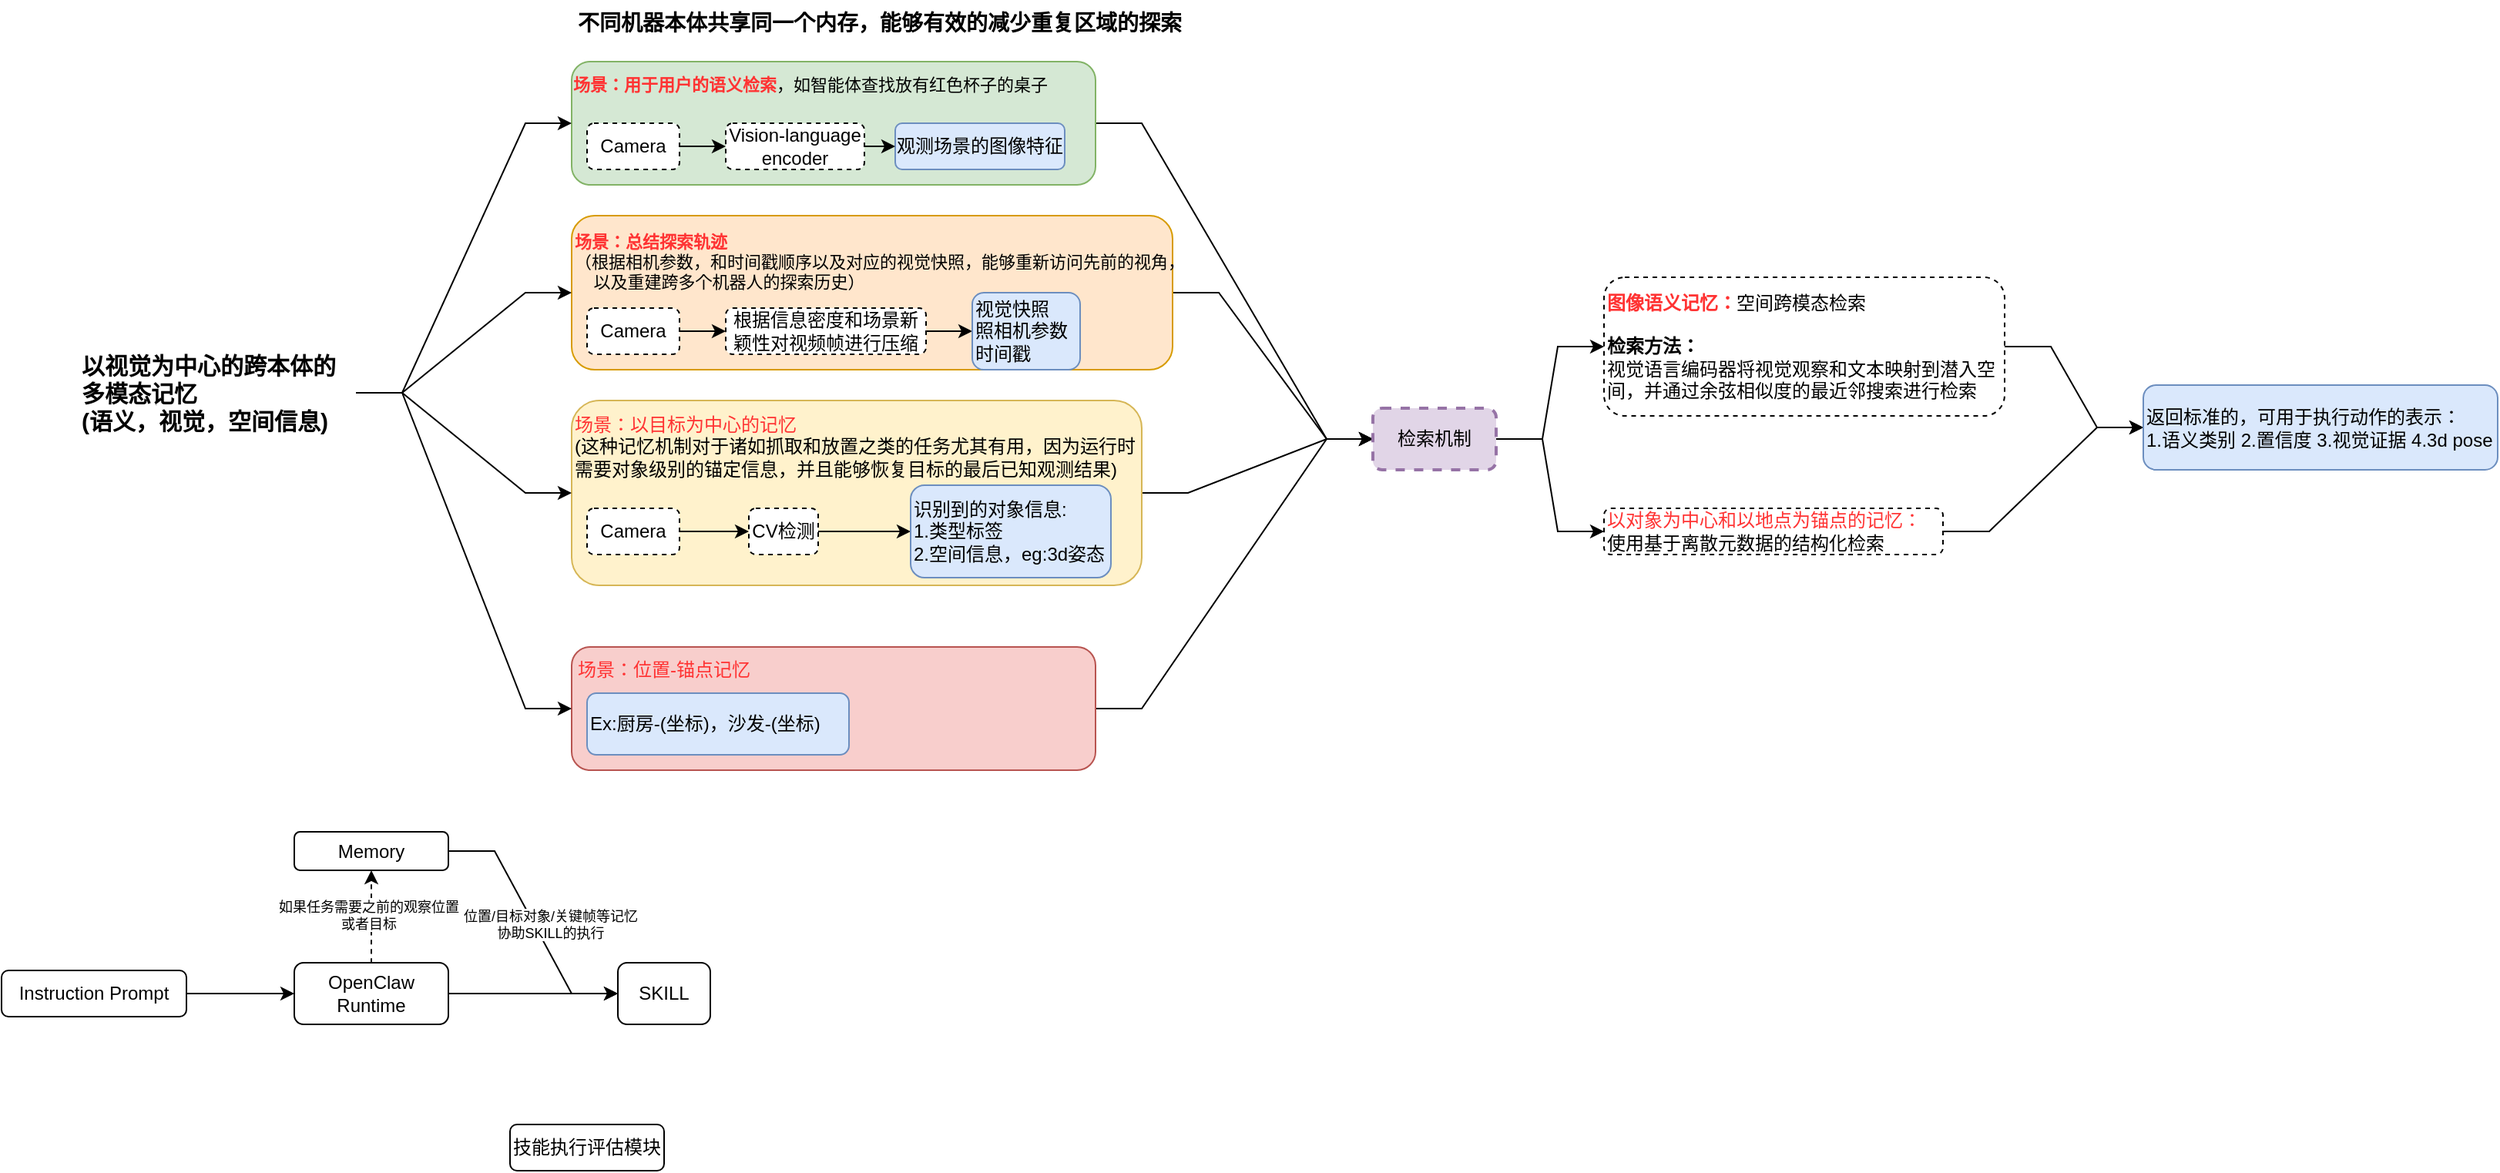
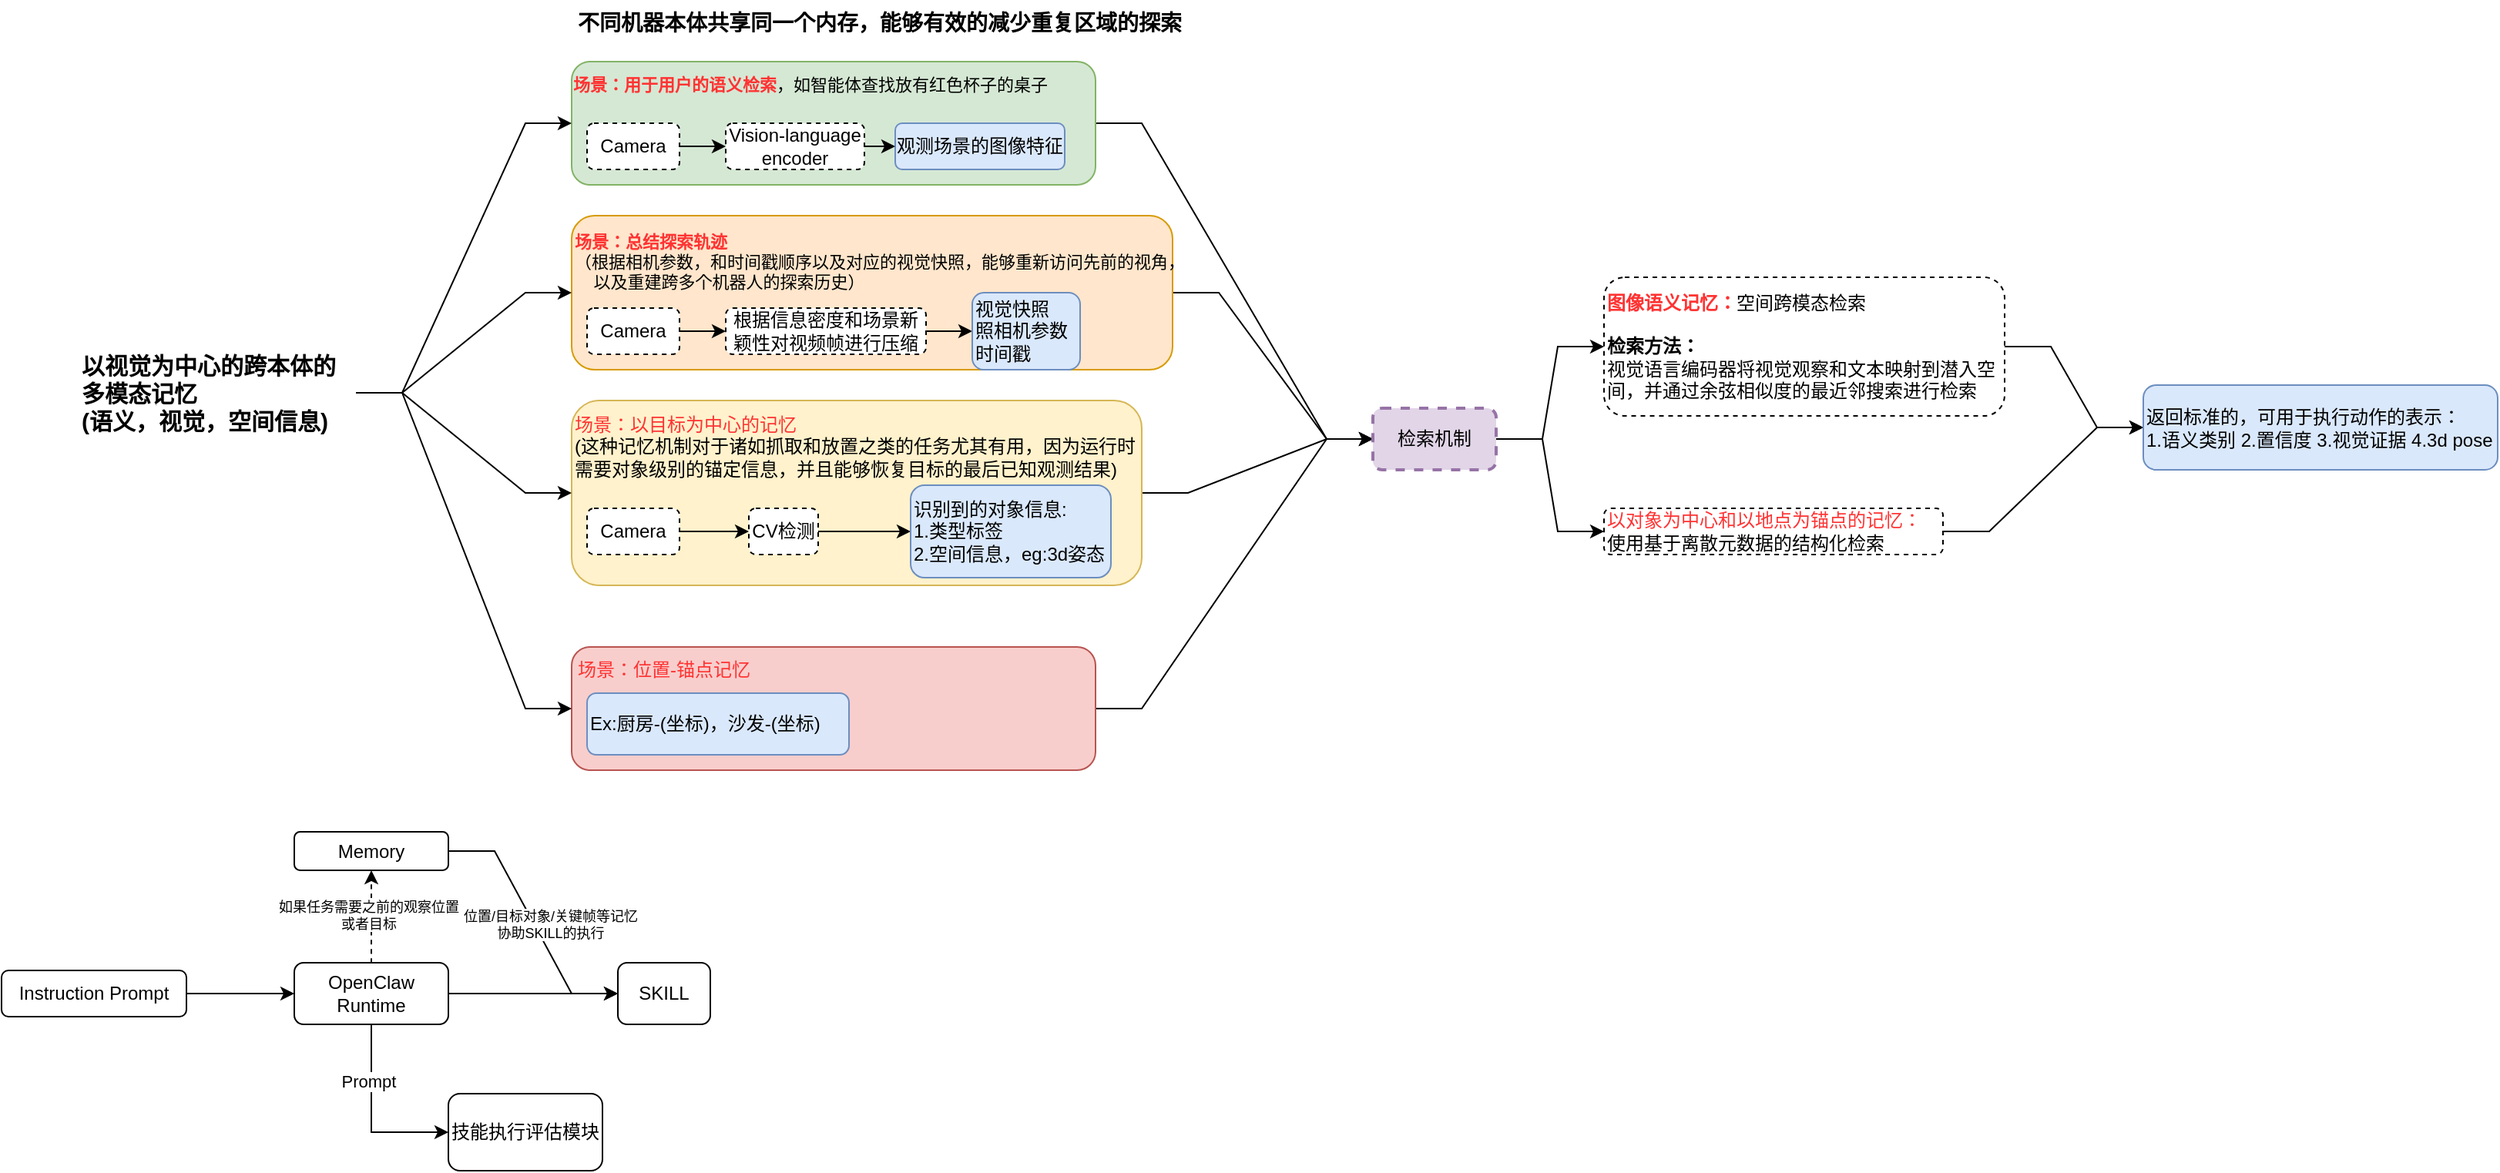
<mxfile host="app.diagrams.net">
  <diagram name="ABot-Claw" id="ri1UiOSOw__C7K71Jf-3">
    <mxGraphModel dx="725" dy="393" grid="1" gridSize="10" guides="1" tooltips="1" connect="1" arrows="1" fold="1" page="1" pageScale="1" pageWidth="3300" pageHeight="2339" math="0" shadow="0">
      <root>
        <mxCell id="0" />
        <mxCell id="1" parent="0" />
        <mxCell id="8uAygAgR7DF40HWwl34I-37" edge="1" parent="1" source="8uAygAgR7DF40HWwl34I-28" style="edgeStyle=entityRelationEdgeStyle;rounded=0;orthogonalLoop=1;jettySize=auto;html=1;exitX=1;exitY=0.5;exitDx=0;exitDy=0;" target="8uAygAgR7DF40HWwl34I-33">
          <mxGeometry relative="1" as="geometry" />
        </mxCell>
        <mxCell id="8uAygAgR7DF40HWwl34I-28" parent="1" style="rounded=1;whiteSpace=wrap;html=1;fillColor=#f8cecc;strokeColor=#b85450;" value="" vertex="1">
          <mxGeometry height="80" width="340" x="480" y="470" as="geometry" />
        </mxCell>
        <mxCell id="8uAygAgR7DF40HWwl34I-36" edge="1" parent="1" source="8uAygAgR7DF40HWwl34I-24" style="edgeStyle=entityRelationEdgeStyle;rounded=0;orthogonalLoop=1;jettySize=auto;html=1;exitX=1;exitY=0.5;exitDx=0;exitDy=0;entryX=0;entryY=0.5;entryDx=0;entryDy=0;" target="8uAygAgR7DF40HWwl34I-33">
          <mxGeometry relative="1" as="geometry">
            <mxPoint x="1020" y="320" as="targetPoint" />
          </mxGeometry>
        </mxCell>
        <mxCell id="8uAygAgR7DF40HWwl34I-24" parent="1" style="rounded=1;whiteSpace=wrap;html=1;fillColor=#fff2cc;strokeColor=#d6b656;" value="" vertex="1">
          <mxGeometry height="120" width="370" x="480" y="310" as="geometry" />
        </mxCell>
        <mxCell id="8uAygAgR7DF40HWwl34I-35" edge="1" parent="1" source="8uAygAgR7DF40HWwl34I-17" style="edgeStyle=entityRelationEdgeStyle;rounded=0;orthogonalLoop=1;jettySize=auto;html=1;exitX=1;exitY=0.5;exitDx=0;exitDy=0;entryX=0;entryY=0.5;entryDx=0;entryDy=0;" target="8uAygAgR7DF40HWwl34I-33">
          <mxGeometry relative="1" as="geometry" />
        </mxCell>
        <mxCell id="8uAygAgR7DF40HWwl34I-17" parent="1" style="rounded=1;whiteSpace=wrap;html=1;fillColor=#ffe6cc;strokeColor=#d79b00;" value="" vertex="1">
          <mxGeometry height="100" width="390" x="480" y="190" as="geometry" />
        </mxCell>
        <mxCell id="8uAygAgR7DF40HWwl34I-34" edge="1" parent="1" source="8uAygAgR7DF40HWwl34I-16" style="edgeStyle=entityRelationEdgeStyle;rounded=0;orthogonalLoop=1;jettySize=auto;html=1;exitX=1;exitY=0.5;exitDx=0;exitDy=0;entryX=0;entryY=0.5;entryDx=0;entryDy=0;" target="8uAygAgR7DF40HWwl34I-33">
          <mxGeometry relative="1" as="geometry" />
        </mxCell>
        <mxCell id="8uAygAgR7DF40HWwl34I-16" parent="1" style="rounded=1;whiteSpace=wrap;html=1;fillColor=#d5e8d4;strokeColor=#82b366;" value="" vertex="1">
          <mxGeometry height="80" width="340" x="480" y="90" as="geometry" />
        </mxCell>
        <mxCell id="8uAygAgR7DF40HWwl34I-29" edge="1" parent="1" source="8uAygAgR7DF40HWwl34I-1" style="edgeStyle=entityRelationEdgeStyle;rounded=0;orthogonalLoop=1;jettySize=auto;html=1;exitX=1;exitY=0.5;exitDx=0;exitDy=0;entryX=0;entryY=0.5;entryDx=0;entryDy=0;" target="8uAygAgR7DF40HWwl34I-16">
          <mxGeometry relative="1" as="geometry" />
        </mxCell>
        <mxCell id="8uAygAgR7DF40HWwl34I-30" edge="1" parent="1" source="8uAygAgR7DF40HWwl34I-1" style="edgeStyle=entityRelationEdgeStyle;rounded=0;orthogonalLoop=1;jettySize=auto;html=1;exitX=1;exitY=0.5;exitDx=0;exitDy=0;entryX=0;entryY=0.5;entryDx=0;entryDy=0;" target="8uAygAgR7DF40HWwl34I-28">
          <mxGeometry relative="1" as="geometry" />
        </mxCell>
        <mxCell id="8uAygAgR7DF40HWwl34I-31" edge="1" parent="1" source="8uAygAgR7DF40HWwl34I-1" style="edgeStyle=entityRelationEdgeStyle;rounded=0;orthogonalLoop=1;jettySize=auto;html=1;exitX=1;exitY=0.5;exitDx=0;exitDy=0;entryX=0;entryY=0.5;entryDx=0;entryDy=0;" target="8uAygAgR7DF40HWwl34I-17">
          <mxGeometry relative="1" as="geometry" />
        </mxCell>
        <mxCell id="8uAygAgR7DF40HWwl34I-32" edge="1" parent="1" source="8uAygAgR7DF40HWwl34I-1" style="edgeStyle=entityRelationEdgeStyle;rounded=0;orthogonalLoop=1;jettySize=auto;html=1;exitX=1;exitY=0.5;exitDx=0;exitDy=0;entryX=0;entryY=0.5;entryDx=0;entryDy=0;" target="8uAygAgR7DF40HWwl34I-24">
          <mxGeometry relative="1" as="geometry" />
        </mxCell>
        <mxCell id="8uAygAgR7DF40HWwl34I-1" parent="1" style="text;html=1;whiteSpace=wrap;strokeColor=none;fillColor=none;align=left;verticalAlign=middle;rounded=0;fontStyle=1;fontSize=15;" value="以视觉为中心的跨本体的多模态记忆&lt;br&gt;(语义，视觉，空间信息)" vertex="1">
          <mxGeometry height="30" width="180" x="160" y="290" as="geometry" />
        </mxCell>
        <mxCell id="8uAygAgR7DF40HWwl34I-2" parent="1" style="rounded=1;whiteSpace=wrap;html=1;fillColor=#dae8fc;strokeColor=#6c8ebf;" value="观测场景的图像特征" vertex="1">
          <mxGeometry height="30" width="110" x="690" y="130" as="geometry" />
        </mxCell>
        <mxCell id="8uAygAgR7DF40HWwl34I-5" edge="1" parent="1" source="8uAygAgR7DF40HWwl34I-3" style="edgeStyle=orthogonalEdgeStyle;rounded=0;orthogonalLoop=1;jettySize=auto;html=1;exitX=1;exitY=0.5;exitDx=0;exitDy=0;entryX=0;entryY=0.5;entryDx=0;entryDy=0;" target="8uAygAgR7DF40HWwl34I-2">
          <mxGeometry relative="1" as="geometry" />
        </mxCell>
        <mxCell id="8uAygAgR7DF40HWwl34I-3" parent="1" style="rounded=1;whiteSpace=wrap;html=1;dashed=1;" value="Vision-language encoder" vertex="1">
          <mxGeometry height="30" width="90" x="580" y="130" as="geometry" />
        </mxCell>
        <mxCell id="8uAygAgR7DF40HWwl34I-6" edge="1" parent="1" source="8uAygAgR7DF40HWwl34I-4" style="edgeStyle=orthogonalEdgeStyle;rounded=0;orthogonalLoop=1;jettySize=auto;html=1;exitX=1;exitY=0.5;exitDx=0;exitDy=0;entryX=0;entryY=0.5;entryDx=0;entryDy=0;" target="8uAygAgR7DF40HWwl34I-3">
          <mxGeometry relative="1" as="geometry" />
        </mxCell>
        <mxCell id="8uAygAgR7DF40HWwl34I-4" parent="1" style="rounded=1;whiteSpace=wrap;html=1;dashed=1;" value="Camera" vertex="1">
          <mxGeometry height="30" width="60" x="490" y="130" as="geometry" />
        </mxCell>
        <mxCell id="8uAygAgR7DF40HWwl34I-7" parent="1" style="text;html=1;whiteSpace=wrap;strokeColor=none;fillColor=none;align=center;verticalAlign=middle;rounded=0;fontSize=11;" value="&lt;b&gt;&lt;font style=&quot;color: rgb(255, 51, 51);&quot;&gt;场景：用于用户的语义检索&lt;/font&gt;&lt;/b&gt;，如智能体查找放有红色杯子的桌子" vertex="1">
          <mxGeometry height="30" width="310" x="480" y="90" as="geometry" />
        </mxCell>
        <mxCell id="8uAygAgR7DF40HWwl34I-10" edge="1" parent="1" source="8uAygAgR7DF40HWwl34I-8" style="edgeStyle=orthogonalEdgeStyle;rounded=0;orthogonalLoop=1;jettySize=auto;html=1;" target="8uAygAgR7DF40HWwl34I-9" value="">
          <mxGeometry relative="1" as="geometry" />
        </mxCell>
        <mxCell id="8uAygAgR7DF40HWwl34I-8" parent="1" style="rounded=1;whiteSpace=wrap;html=1;dashed=1;" value="Camera" vertex="1">
          <mxGeometry height="30" width="60" x="490" y="250" as="geometry" />
        </mxCell>
        <mxCell id="8uAygAgR7DF40HWwl34I-14" edge="1" parent="1" source="8uAygAgR7DF40HWwl34I-9" style="edgeStyle=orthogonalEdgeStyle;rounded=0;orthogonalLoop=1;jettySize=auto;html=1;exitX=1;exitY=0.5;exitDx=0;exitDy=0;entryX=0;entryY=0.5;entryDx=0;entryDy=0;" target="8uAygAgR7DF40HWwl34I-13">
          <mxGeometry relative="1" as="geometry" />
        </mxCell>
        <mxCell id="8uAygAgR7DF40HWwl34I-9" parent="1" style="rounded=1;whiteSpace=wrap;html=1;dashed=1;" value="根据信息密度和场景新颖性对视频帧进行压缩" vertex="1">
          <mxGeometry height="30" width="130" x="580" y="250" as="geometry" />
        </mxCell>
        <mxCell id="8uAygAgR7DF40HWwl34I-11" parent="1" style="text;html=1;whiteSpace=wrap;strokeColor=none;fillColor=none;align=left;verticalAlign=middle;rounded=0;fontSize=11;" value="&lt;b&gt;&lt;font style=&quot;color: rgb(255, 51, 51);&quot;&gt;场景：总结探索轨迹&lt;/font&gt;&lt;/b&gt;&lt;br&gt;（根据相机参数，和时间戳顺序以及对应的视觉快照，能够重新访问先前的视角，&lt;br&gt;&amp;nbsp; &amp;nbsp; 以及重建跨多个机器人的探索历史）" vertex="1">
          <mxGeometry height="40" width="420" x="480" y="200" as="geometry" />
        </mxCell>
        <mxCell id="8uAygAgR7DF40HWwl34I-13" parent="1" style="rounded=1;whiteSpace=wrap;html=1;fillColor=#dae8fc;strokeColor=#6c8ebf;align=left;" value="视觉快照&lt;br&gt;&lt;span style=&quot;&quot;&gt;照相机参数&lt;/span&gt;&lt;div style=&quot;&quot;&gt;时间戳&lt;/div&gt;" vertex="1">
          <mxGeometry height="50" width="70" x="740" y="240" as="geometry" />
        </mxCell>
        <mxCell id="8uAygAgR7DF40HWwl34I-25" edge="1" parent="1" source="8uAygAgR7DF40HWwl34I-19" style="edgeStyle=orthogonalEdgeStyle;rounded=0;orthogonalLoop=1;jettySize=auto;html=1;exitX=1;exitY=0.5;exitDx=0;exitDy=0;entryX=0;entryY=0.5;entryDx=0;entryDy=0;" target="8uAygAgR7DF40HWwl34I-20">
          <mxGeometry relative="1" as="geometry" />
        </mxCell>
        <mxCell id="8uAygAgR7DF40HWwl34I-19" parent="1" style="rounded=1;whiteSpace=wrap;html=1;dashed=1;" value="Camera" vertex="1">
          <mxGeometry height="30" width="60" x="490" y="380" as="geometry" />
        </mxCell>
        <mxCell id="8uAygAgR7DF40HWwl34I-22" edge="1" parent="1" source="8uAygAgR7DF40HWwl34I-20" style="edgeStyle=orthogonalEdgeStyle;rounded=0;orthogonalLoop=1;jettySize=auto;html=1;" target="8uAygAgR7DF40HWwl34I-21" value="">
          <mxGeometry relative="1" as="geometry" />
        </mxCell>
        <mxCell id="8uAygAgR7DF40HWwl34I-20" parent="1" style="rounded=1;whiteSpace=wrap;html=1;dashed=1;" value="CV检测" vertex="1">
          <mxGeometry height="30" width="45" x="595" y="380" as="geometry" />
        </mxCell>
        <mxCell id="8uAygAgR7DF40HWwl34I-21" parent="1" style="rounded=1;whiteSpace=wrap;html=1;align=left;fillColor=#dae8fc;strokeColor=#6c8ebf;" value="识别到的对象信息:&lt;div&gt;1.类型标签&lt;br&gt;2.空间信息，eg:3d姿态&lt;/div&gt;" vertex="1">
          <mxGeometry height="60" width="130" x="700" y="365" as="geometry" />
        </mxCell>
        <mxCell id="8uAygAgR7DF40HWwl34I-23" parent="1" style="text;html=1;whiteSpace=wrap;strokeColor=none;fillColor=none;align=left;verticalAlign=middle;rounded=0;" value="&lt;font style=&quot;color: rgb(255, 51, 51);&quot;&gt;场景：以目标为中心的记忆&lt;/font&gt;&lt;br&gt;(这种记忆机制对于诸如抓取和放置之类的任务尤其有用，因为运行时需要对象级别的锚定信息，并且能够恢复目标的最后已知观测结果)" vertex="1">
          <mxGeometry height="50" width="370" x="480" y="315" as="geometry" />
        </mxCell>
        <mxCell id="8uAygAgR7DF40HWwl34I-26" parent="1" style="rounded=1;whiteSpace=wrap;html=1;align=left;fillColor=#dae8fc;strokeColor=#6c8ebf;" value="Ex:厨房-(坐标)，沙发-(坐标)" vertex="1">
          <mxGeometry height="40" width="170" x="490" y="500" as="geometry" />
        </mxCell>
        <mxCell id="8uAygAgR7DF40HWwl34I-27" parent="1" style="text;html=1;whiteSpace=wrap;strokeColor=none;fillColor=none;align=center;verticalAlign=middle;rounded=0;fontColor=#FF3333;" value="场景：&lt;span style=&quot;text-align: left;&quot;&gt;位置-锚点记忆&lt;/span&gt;" vertex="1">
          <mxGeometry height="30" width="120" x="480" y="470" as="geometry" />
        </mxCell>
        <mxCell id="8uAygAgR7DF40HWwl34I-42" edge="1" parent="1" source="8uAygAgR7DF40HWwl34I-33" style="edgeStyle=entityRelationEdgeStyle;rounded=0;orthogonalLoop=1;jettySize=auto;html=1;exitX=1;exitY=0.5;exitDx=0;exitDy=0;" target="8uAygAgR7DF40HWwl34I-40">
          <mxGeometry relative="1" as="geometry" />
        </mxCell>
        <mxCell id="8uAygAgR7DF40HWwl34I-43" edge="1" parent="1" source="8uAygAgR7DF40HWwl34I-33" style="edgeStyle=entityRelationEdgeStyle;rounded=0;orthogonalLoop=1;jettySize=auto;html=1;exitX=1;exitY=0.5;exitDx=0;exitDy=0;entryX=0;entryY=0.5;entryDx=0;entryDy=0;" target="8uAygAgR7DF40HWwl34I-41">
          <mxGeometry relative="1" as="geometry" />
        </mxCell>
        <mxCell id="8uAygAgR7DF40HWwl34I-33" parent="1" style="rounded=1;whiteSpace=wrap;html=1;fillColor=#e1d5e7;strokeColor=#9673a6;dashed=1;strokeWidth=2;" value="检索机制" vertex="1">
          <mxGeometry height="40" width="80" x="1000" y="315" as="geometry" />
        </mxCell>
        <mxCell id="8uAygAgR7DF40HWwl34I-45" edge="1" parent="1" source="8uAygAgR7DF40HWwl34I-40" style="edgeStyle=entityRelationEdgeStyle;rounded=0;orthogonalLoop=1;jettySize=auto;html=1;exitX=1;exitY=0.5;exitDx=0;exitDy=0;entryX=0;entryY=0.5;entryDx=0;entryDy=0;" target="8uAygAgR7DF40HWwl34I-44">
          <mxGeometry relative="1" as="geometry" />
        </mxCell>
        <mxCell id="8uAygAgR7DF40HWwl34I-40" parent="1" style="text;html=1;whiteSpace=wrap;strokeColor=default;fillColor=none;align=left;verticalAlign=middle;rounded=1;dashed=1;" value="&lt;b&gt;&lt;font style=&quot;color: rgb(255, 51, 51);&quot;&gt;图像语义记忆：&lt;/font&gt;&lt;/b&gt;空间跨模态检索&lt;br&gt;&lt;br&gt;&lt;b&gt;&lt;font style=&quot;color: rgb(0, 0, 0);&quot;&gt;检索方法：&lt;/font&gt;&lt;/b&gt;&lt;br&gt;视觉语言编码器将视觉观察和文本映射到潜入空间，并通过余弦相似度的最近邻搜索进行检索" vertex="1">
          <mxGeometry height="90" width="260" x="1150" y="230" as="geometry" />
        </mxCell>
        <mxCell id="8uAygAgR7DF40HWwl34I-46" edge="1" parent="1" source="8uAygAgR7DF40HWwl34I-41" style="edgeStyle=entityRelationEdgeStyle;rounded=0;orthogonalLoop=1;jettySize=auto;html=1;exitX=1;exitY=0.5;exitDx=0;exitDy=0;entryX=0;entryY=0.5;entryDx=0;entryDy=0;" target="8uAygAgR7DF40HWwl34I-44">
          <mxGeometry relative="1" as="geometry" />
        </mxCell>
        <mxCell id="8uAygAgR7DF40HWwl34I-41" parent="1" style="text;html=1;whiteSpace=wrap;strokeColor=default;fillColor=none;align=left;verticalAlign=middle;rounded=1;dashed=1;" value="&lt;font style=&quot;color: rgb(255, 51, 51);&quot;&gt;以对象为中心和以地点为锚点的记忆：&lt;/font&gt;&lt;br&gt;使用基于离散元数据的结构化检索" vertex="1">
          <mxGeometry height="30" width="220" x="1150" y="380" as="geometry" />
        </mxCell>
        <mxCell id="8uAygAgR7DF40HWwl34I-44" parent="1" style="rounded=1;whiteSpace=wrap;html=1;align=left;fillColor=#dae8fc;strokeColor=#6c8ebf;" value="返回标准的，可用于执行动作的表示：&lt;br&gt;1.语义类别 2.置信度 3.视觉证据 4.3d pose" vertex="1">
          <mxGeometry height="55" width="230" x="1500" y="300" as="geometry" />
        </mxCell>
        <mxCell id="8uAygAgR7DF40HWwl34I-47" parent="1" style="text;html=1;whiteSpace=wrap;strokeColor=none;fillColor=none;align=center;verticalAlign=middle;rounded=0;fontStyle=1;fontSize=14;" value="不同机器本体共享同一个内存，能够有效的减少重复区域的探索" vertex="1">
          <mxGeometry height="30" width="400" x="480" y="50" as="geometry" />
        </mxCell>
        <mxCell id="8uAygAgR7DF40HWwl34I-50" edge="1" parent="1" source="8uAygAgR7DF40HWwl34I-48" style="edgeStyle=entityRelationEdgeStyle;rounded=0;orthogonalLoop=1;jettySize=auto;html=1;" target="8uAygAgR7DF40HWwl34I-49" value="">
          <mxGeometry relative="1" as="geometry" />
        </mxCell>
        <mxCell id="8uAygAgR7DF40HWwl34I-48" parent="1" style="rounded=1;whiteSpace=wrap;html=1;" value="Instruction Prompt" vertex="1">
          <mxGeometry height="30" width="120" x="110" y="680" as="geometry" />
        </mxCell>
        <mxCell id="8uAygAgR7DF40HWwl34I-52" edge="1" parent="1" source="8uAygAgR7DF40HWwl34I-49" style="edgeStyle=entityRelationEdgeStyle;rounded=0;orthogonalLoop=1;jettySize=auto;html=1;" target="8uAygAgR7DF40HWwl34I-51" value="">
          <mxGeometry relative="1" as="geometry" />
        </mxCell>
        <mxCell id="8uAygAgR7DF40HWwl34I-62" edge="1" parent="1" source="8uAygAgR7DF40HWwl34I-49" style="rounded=0;orthogonalLoop=1;jettySize=auto;html=1;exitX=0.5;exitY=0;exitDx=0;exitDy=0;entryX=0.5;entryY=1;entryDx=0;entryDy=0;dashed=1;edgeStyle=orthogonalEdgeStyle;curved=1;" target="8uAygAgR7DF40HWwl34I-53">
          <mxGeometry relative="1" as="geometry">
            <mxPoint x="355" y="640" as="targetPoint" />
          </mxGeometry>
        </mxCell>
        <mxCell id="8uAygAgR7DF40HWwl34I-63" connectable="0" parent="8uAygAgR7DF40HWwl34I-62" style="edgeLabel;html=1;align=center;verticalAlign=middle;resizable=0;points=[];fontSize=9;" value="如果任务需要之前的观察位置&lt;br&gt;或者目标" vertex="1">
          <mxGeometry relative="1" x="0.053" y="2" as="geometry">
            <mxPoint as="offset" />
          </mxGeometry>
        </mxCell>
+         <mxCell id="8uAygAgR7DF40HWwl34I-67" edge="1" parent="1" source="8uAygAgR7DF40HWwl34I-49" style="edgeStyle=orthogonalEdgeStyle;rounded=0;orthogonalLoop=1;jettySize=auto;html=1;exitX=0.5;exitY=1;exitDx=0;exitDy=0;entryX=0;entryY=0.5;entryDx=0;entryDy=0;" target="8uAygAgR7DF40HWwl34I-66">
+           <mxGeometry relative="1" as="geometry">
+             <mxPoint x="360" y="760" as="targetPoint" />
+           </mxGeometry>
+         </mxCell>
+         <mxCell id="8uAygAgR7DF40HWwl34I-68" connectable="0" parent="8uAygAgR7DF40HWwl34I-67" style="edgeLabel;html=1;align=center;verticalAlign=middle;resizable=0;points=[];" value="Prompt" vertex="1">
+           <mxGeometry relative="1" x="-0.3811" y="-2" as="geometry">
+             <mxPoint as="offset" />
+           </mxGeometry>
+         </mxCell>
        <mxCell id="8uAygAgR7DF40HWwl34I-49" parent="1" style="rounded=1;whiteSpace=wrap;html=1;" value="OpenClaw&lt;br&gt;Runtime" vertex="1">
          <mxGeometry height="40" width="100" x="300" y="675" as="geometry" />
        </mxCell>
        <mxCell id="8uAygAgR7DF40HWwl34I-51" parent="1" style="rounded=1;whiteSpace=wrap;html=1;" value="SKILL" vertex="1">
          <mxGeometry height="40" width="60" x="510" y="675" as="geometry" />
        </mxCell>
        <mxCell id="8uAygAgR7DF40HWwl34I-64" edge="1" parent="1" source="8uAygAgR7DF40HWwl34I-53" style="edgeStyle=entityRelationEdgeStyle;rounded=0;orthogonalLoop=1;jettySize=auto;html=1;exitX=1;exitY=0.5;exitDx=0;exitDy=0;entryX=0;entryY=0.5;entryDx=0;entryDy=0;" target="8uAygAgR7DF40HWwl34I-51">
          <mxGeometry relative="1" as="geometry" />
        </mxCell>
        <mxCell id="8uAygAgR7DF40HWwl34I-65" connectable="0" parent="8uAygAgR7DF40HWwl34I-64" style="edgeLabel;html=1;align=center;verticalAlign=middle;resizable=0;points=[];fontSize=9;" value="位置/目标对象/关键帧等记忆&lt;br&gt;协助SKILL的执行" vertex="1">
          <mxGeometry relative="1" x="-0.1048" as="geometry">
            <mxPoint x="15" y="9" as="offset" />
          </mxGeometry>
        </mxCell>
        <mxCell id="8uAygAgR7DF40HWwl34I-53" parent="1" style="rounded=1;whiteSpace=wrap;html=1;" value="Memory" vertex="1">
          <mxGeometry height="25" width="100" x="300" y="590" as="geometry" />
        </mxCell>
        <mxCell id="8uAygAgR7DF40HWwl34I-66" parent="1" style="rounded=1;whiteSpace=wrap;html=1;" value="技能执行评估模块" vertex="1">
-           <mxGeometry height="30" width="100" x="440" y="780" as="geometry" />
+           <mxGeometry height="50" width="100" x="400" y="760" as="geometry" />
        </mxCell>
      </root>
    </mxGraphModel>
  </diagram>
</mxfile>
